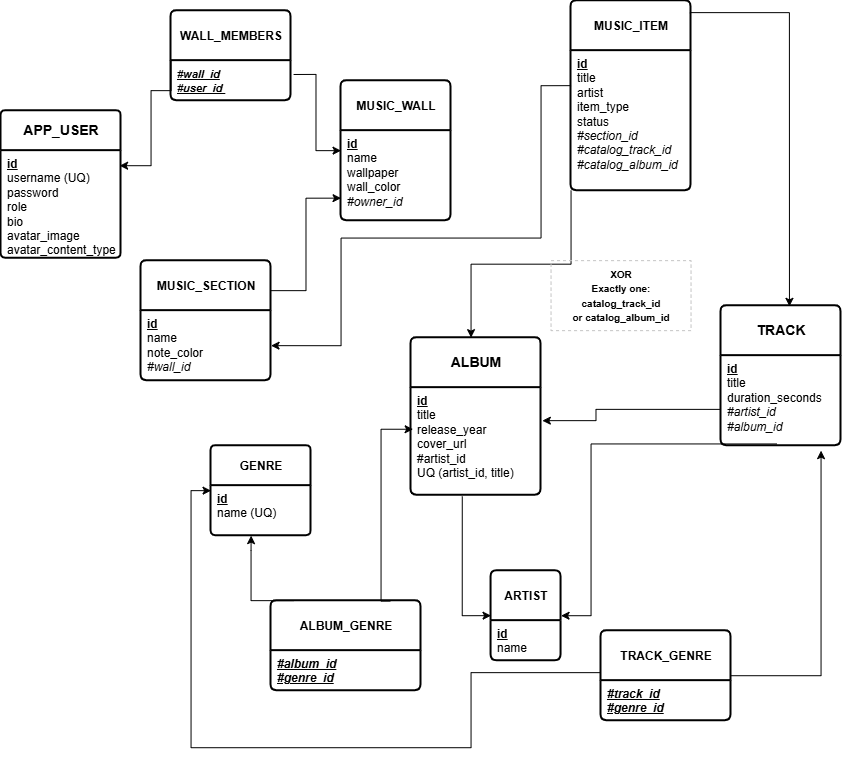
The draw.io diagram RNCP/04_Diagrammes/MLD/mld.drawio.png in jannagudumac/music-wall, before a commit. Source tidied: cells renumbered, new cells last; positions are measured from the earlier drawing's top-left corner, leaving out a move shared by most shapes.
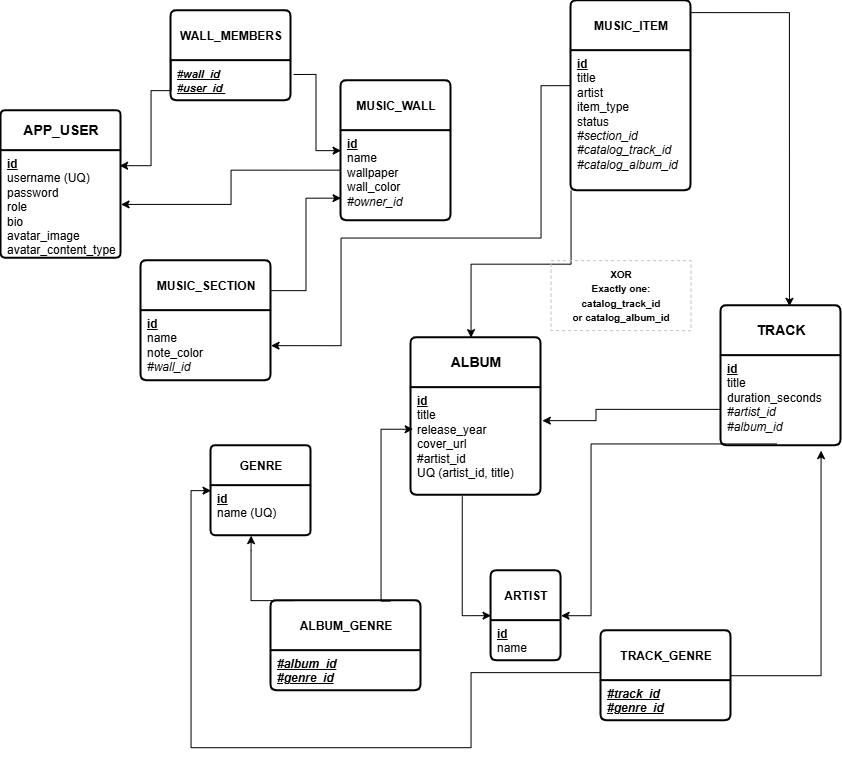
The same file after the commit.

Diff of the diagram source:
```diff
@@ -163,5 +163,8 @@
     <mxCell id="37" style="edgeStyle=orthogonalEdgeStyle;rounded=0;jettySize=auto;html=1;entryX=0;entryY=0.5;entryDx=0;entryDy=0;exitX=1.021;exitY=0.346;exitDx=0;exitDy=0;exitPerimeter=0;" parent="1" edge="1" source="24" target="4">
       <mxGeometry relative="1" as="geometry" />
     </mxCell>
+    <mxCell id="38" style="edgeStyle=orthogonalEdgeStyle;rounded=0;jettySize=auto;html=1;exitX=-0.003;exitY=0.439;exitDx=0;exitDy=0;exitPerimeter=0;" parent="1" edge="1" source="5" target="3">
+      <mxGeometry relative="1" as="geometry" />
+    </mxCell>
   </root>
 </mxGraphModel>
```
